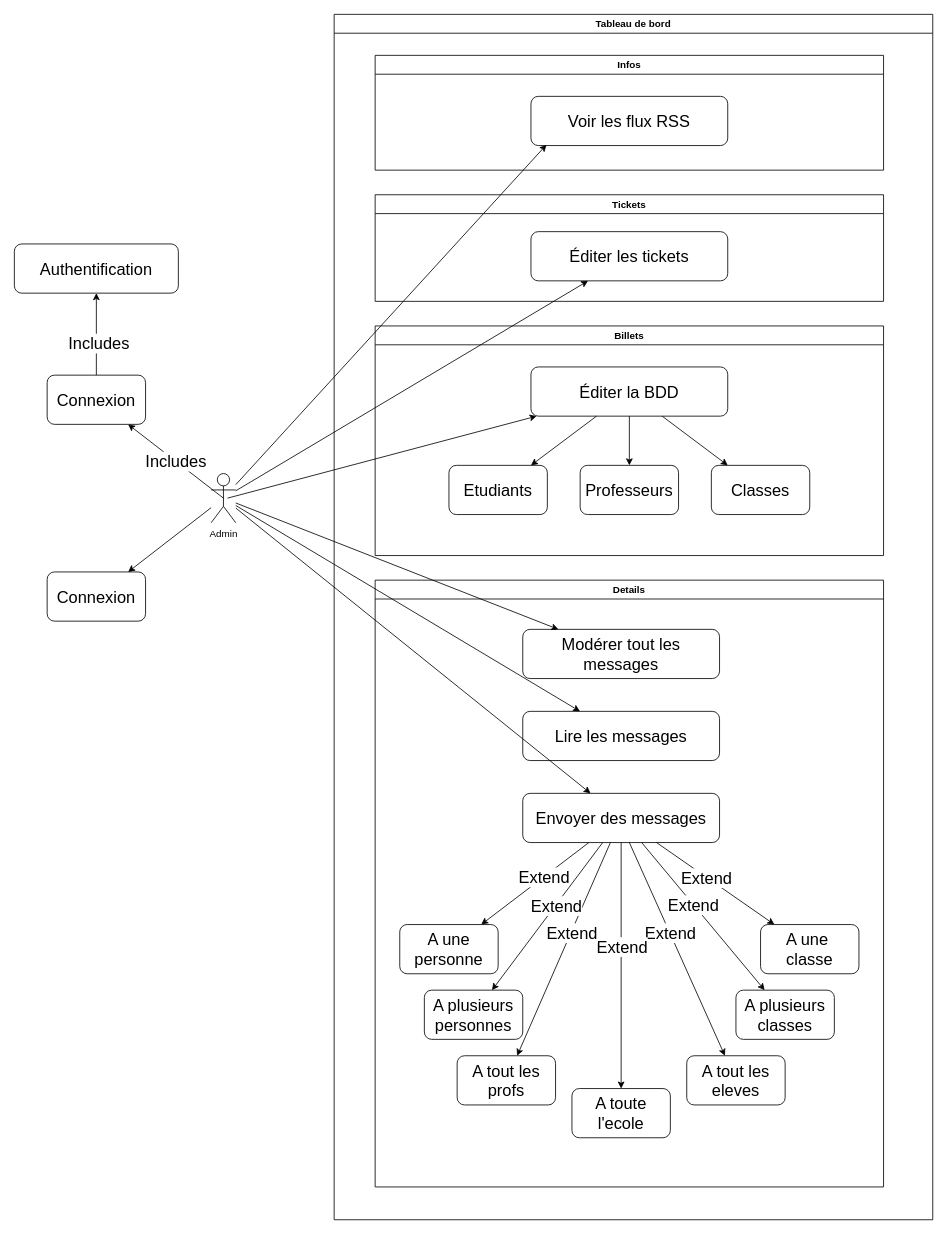
Earlier version of the draw.io diagram DCU_admin.drawio (LePetitMoka/Retards-ecole). Source tidied: cells renumbered, new cells numbered last; positions are measured from the earlier drawing's top-left corner, leaving out a move shared by most shapes. Both pictures are drawn from the tidied source at 82%, with x=0, y=0 at pixel (14, 14).
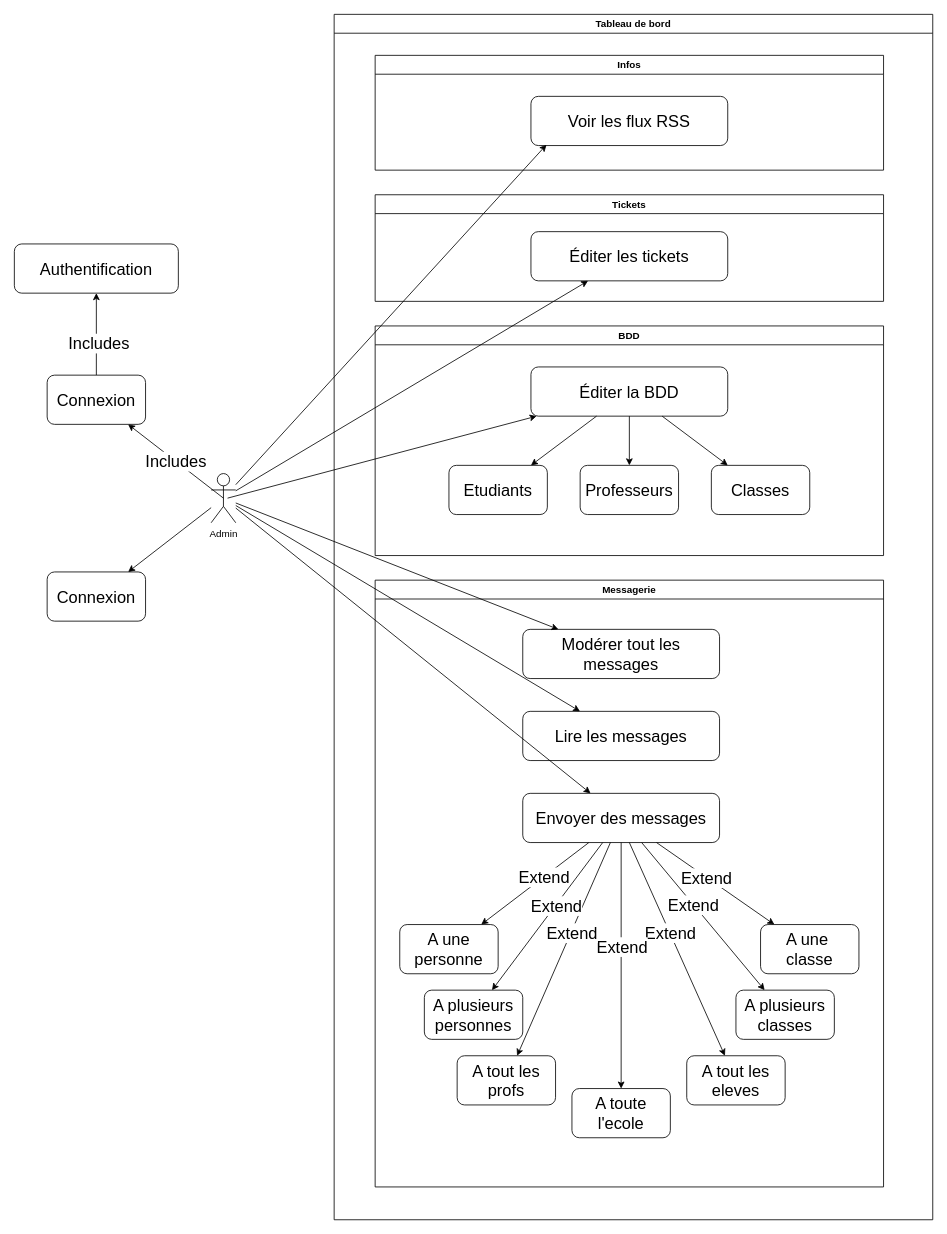
After the change.

Commit message (it also covers changes not shown here):
Mettre à jour DCU_admin.drawio

The change refers to these unchanged cells:
```xml
<mxCell id="11" value="Tableau de bord" style="swimlane;" parent="1" vertex="1">
  <mxGeometry x="390" width="730" height="1470" as="geometry" />
</mxCell>
```

Change to the diagram source:
```diff
@@
-    <mxCell id="16" value="Billets" style="swimlane;" parent="11" vertex="1">
+    <mxCell id="16" value="BDD" style="swimlane;" parent="11" vertex="1">
       <mxGeometry x="50" y="380" width="620" height="280" as="geometry" />
     </mxCell>
@@
-    <mxCell id="24" value="Details" style="swimlane;" parent="11" vertex="1">
+    <mxCell id="24" value="Messagerie" style="swimlane;startSize=23;" parent="11" vertex="1">
       <mxGeometry x="50" y="690" width="620" height="740" as="geometry" />
     </mxCell>
```
